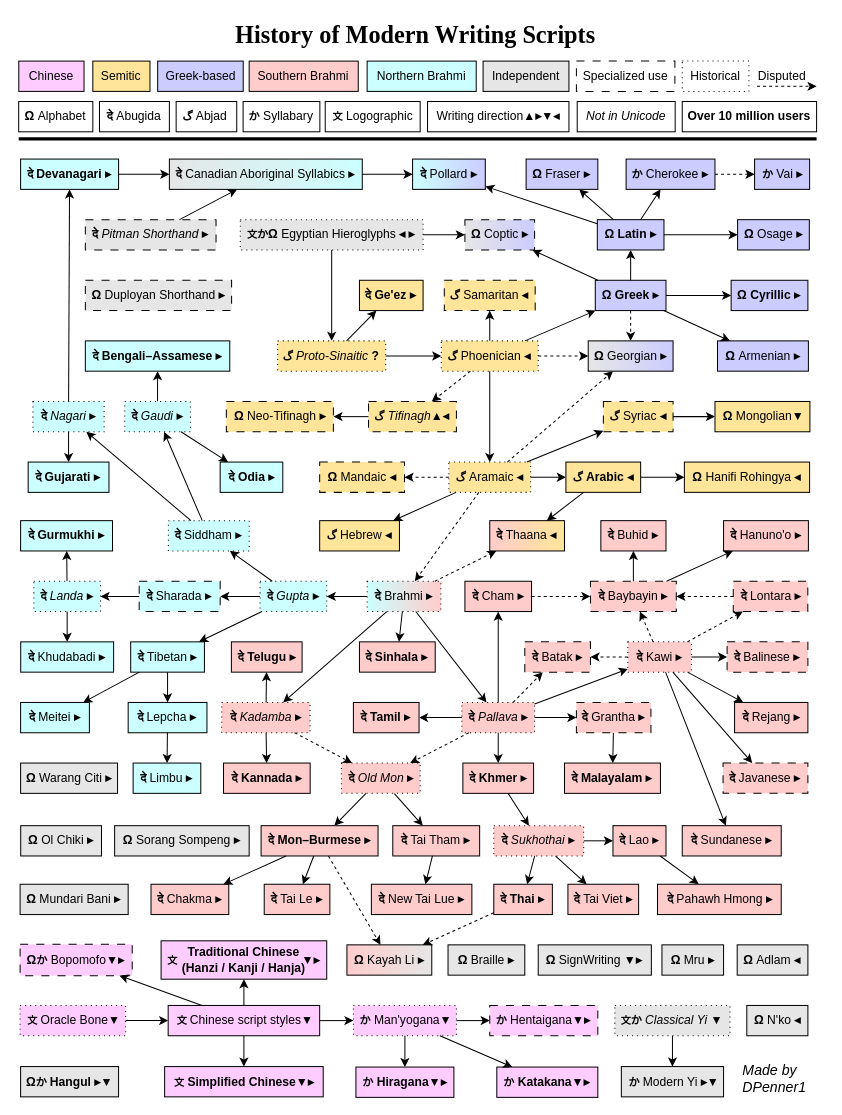
Earlier version of the draw.io diagram Script History.drawio (DPenner1/WritingSystemHistory). Source tidied: cells renumbered, new cells numbered last; positions are measured from the earlier drawing's top-left corner, leaving out a move shared by most shapes. Both pictures are drawn from the tidied source at 101%, with x=0, y=0 at pixel (18, 17).
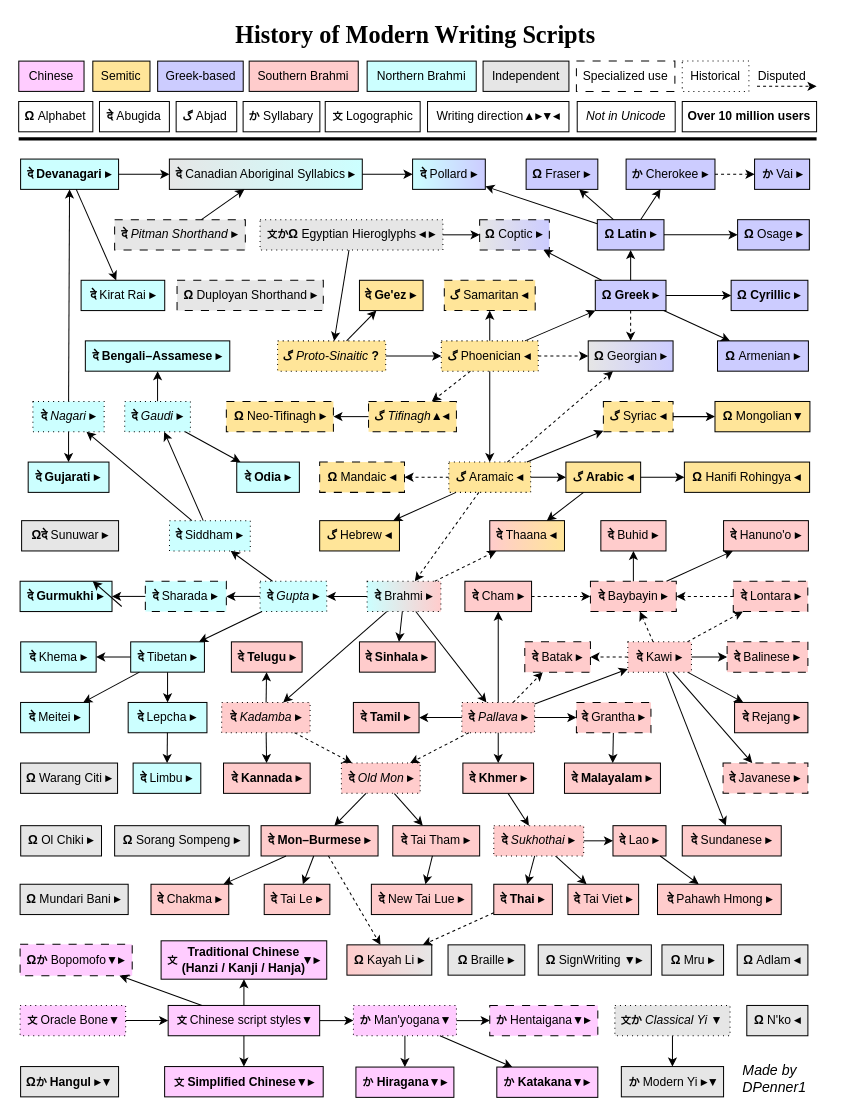
After the change.

Commit message (it also covers changes not shown here):
added 3 Unicode 16 scripts, removed Khudabadi as likely moribund

The change refers to these unchanged cells:
```xml
<mxCell id="25" value="&lt;b&gt;दे&lt;/b&gt;&lt;b style=&quot;font-size: 11px;&quot;&gt;&amp;nbsp;&lt;/b&gt;&lt;span style=&quot;font-weight: normal;&quot;&gt;Tibetan&lt;/span&gt;&lt;span style=&quot;font-weight: 400;&quot;&gt;&amp;nbsp;&lt;/span&gt;&lt;b&gt;▸&lt;/b&gt;" style="whiteSpace=wrap;html=1;fontStyle=1;fillColor=#CCFFFF;" parent="1" vertex="1">
  <mxGeometry x="110.9" y="618" width="73" height="30" as="geometry" />
</mxCell>
<mxCell id="32" value="&lt;b&gt;दे&lt;/b&gt;&lt;b style=&quot;font-size: 11px;&quot;&gt;&amp;nbsp;&lt;/b&gt;Devanagari&lt;span style=&quot;font-weight: 400;&quot;&gt;&amp;nbsp;&lt;/span&gt;&lt;b&gt;▸&lt;/b&gt;" style="whiteSpace=wrap;html=1;fontStyle=1;fillColor=#CCFFFF;" parent="1" vertex="1">
  <mxGeometry x="1.9" y="140" width="97" height="30" as="geometry" />
</mxCell>
```

The edit, as a diff of the source:
```diff
@@
     <mxCell id="3" value="&lt;font style=&quot;font-weight: 700; font-size: 10px;&quot;&gt;文&lt;/font&gt;&lt;span style=&quot;font-size: 11px; font-weight: 700;&quot;&gt;か&lt;/span&gt;&lt;b&gt;Ω&lt;/b&gt;&lt;span style=&quot;font-weight: 700;&quot;&gt;&amp;nbsp;&lt;/span&gt;Egyptian Hieroglyphs&amp;nbsp;&lt;b&gt;◂&amp;nbsp;&lt;/b&gt;&lt;b&gt;▸&lt;/b&gt;" style="whiteSpace=wrap;html=1;dashed=1;dashPattern=1 4;fillColor=#E6E6E6;" parent="1" vertex="1">
-      <mxGeometry x="219.4" y="200" width="181" height="30" as="geometry" />
+      <mxGeometry x="239" y="200" width="181" height="30" as="geometry" />
     </mxCell>
@@
     <mxCell id="9" value="&lt;b&gt;Ω&amp;nbsp;&lt;/b&gt;Coptic&amp;nbsp;&lt;b&gt;▸&lt;/b&gt;" style="whiteSpace=wrap;html=1;dashed=1;gradientColor=#CCCCFF;fillColor=#E6E6E6;gradientDirection=east;glass=0;dashPattern=8 8;" parent="1" vertex="1">
-      <mxGeometry x="441.8" y="200" width="69" height="30" as="geometry" />
+      <mxGeometry x="456.4" y="200" width="69" height="30" as="geometry" />
     </mxCell>
@@
     <mxCell id="23" value="&lt;b&gt;दे&lt;/b&gt;&lt;b style=&quot;font-size: 11px;&quot;&gt;&amp;nbsp;&lt;/b&gt;Siddham&amp;nbsp;&lt;b&gt;▸&lt;/b&gt;" style="whiteSpace=wrap;html=1;dashed=1;dashPattern=1 4;fillColor=#CCFFFF;" parent="1" vertex="1">
-      <mxGeometry x="148.2" y="498" width="80" height="30" as="geometry" />
+      <mxGeometry x="149.3" y="498" width="80" height="30" as="geometry" />
     </mxCell>
@@
     <mxCell id="83" value="&lt;b style=&quot;font-style: normal;&quot;&gt;दे&lt;/b&gt;&lt;b style=&quot;font-style: normal;&quot;&gt;&amp;nbsp;&lt;/b&gt;Pitman Shorthand&amp;nbsp;&lt;span style=&quot;font-style: normal; font-weight: 700;&quot;&gt;▸&lt;/span&gt;" style="whiteSpace=wrap;html=1;dashed=1;fillColor=#E6E6E6;fontStyle=2;dashPattern=8 8;" parent="1" vertex="1">
-      <mxGeometry x="66" y="200" width="129.4" height="30" as="geometry" />
+      <mxGeometry x="95" y="200" width="129.4" height="30" as="geometry" />
     </mxCell>
@@
     <mxCell id="85" value="&lt;b&gt;दे&lt;/b&gt;&lt;b style=&quot;font-size: 11px;&quot;&gt;&amp;nbsp;&lt;/b&gt;Gurmukhi&lt;span style=&quot;font-weight: 400;&quot;&gt;&amp;nbsp;&lt;/span&gt;&lt;b&gt;▸&lt;/b&gt;" style="whiteSpace=wrap;html=1;fontStyle=1;fillColor=#CCFFFF;" parent="1" vertex="1">
-      <mxGeometry x="1.9" y="498" width="91" height="30" as="geometry" />
+      <mxGeometry x="1.4" y="558" width="91" height="30" as="geometry" />
     </mxCell>
-    <mxCell id="86" style="endArrow=classic;html=1;" parent="1" edge="1" source="212" target="85">
-      <mxGeometry x="323" y="605" as="geometry" />
-    </mxCell>
@@
     <mxCell id="126" value="&lt;b&gt;दे&lt;/b&gt;&lt;b style=&quot;font-size: 11px;&quot;&gt;&amp;nbsp;&lt;/b&gt;Sharada&amp;nbsp;&lt;b&gt;▸&lt;/b&gt;" style="whiteSpace=wrap;html=1;dashed=1;fillColor=#CCFFFF;dashPattern=8 8;" parent="1" vertex="1">
-      <mxGeometry x="119.3" y="558" width="80.2" height="30" as="geometry" />
+      <mxGeometry x="125.4" y="558" width="80.2" height="30" as="geometry" />
     </mxCell>
@@
     <mxCell id="143" value="&lt;b&gt;दे&amp;nbsp;&lt;/b&gt;Odia&amp;nbsp;&lt;b&gt;▸&lt;/b&gt;" style="whiteSpace=wrap;html=1;fontStyle=1;fillColor=#CCFFFF;" parent="1" vertex="1">
-      <mxGeometry x="199.5" y="440" width="62" height="30" as="geometry" />
+      <mxGeometry x="215.9" y="440" width="62" height="30" as="geometry" />
     </mxCell>
@@
-    <mxCell id="179" value="&lt;b&gt;दे&lt;/b&gt;&lt;b style=&quot;font-size: 11px;&quot;&gt;&amp;nbsp;&lt;/b&gt;&lt;span style=&quot;font-weight: 400;&quot;&gt;Khudabadi&amp;nbsp;&lt;/span&gt;&lt;b&gt;▸&lt;/b&gt;" style="whiteSpace=wrap;html=1;fontStyle=1;fillColor=#CCFFFF;" parent="1" vertex="1">
-      <mxGeometry x="2" y="618" width="92" height="30" as="geometry" />
-    </mxCell>
-    <mxCell id="180" style="endArrow=classic;html=1;" parent="1" edge="1" source="126" target="212">
+    <mxCell id="180" style="endArrow=classic;html=1;" parent="1" edge="1" source="126" target="85">
       <mxGeometry x="333" y="615" as="geometry" />
     </mxCell>
@@
-    <mxCell id="212" value="&lt;b style=&quot;font-style: normal;&quot;&gt;दे&lt;/b&gt;&lt;b style=&quot;font-style: normal; font-size: 11px;&quot;&gt;&amp;nbsp;&lt;/b&gt;Landa&lt;span style=&quot;font-style: normal;&quot;&gt;&amp;nbsp;&lt;/span&gt;&lt;b style=&quot;font-style: normal;&quot;&gt;▸&lt;/b&gt;" style="whiteSpace=wrap;html=1;dashed=1;dashPattern=1 4;fillColor=#CCFFFF;fontStyle=2;" parent="1" vertex="1">
-      <mxGeometry x="15" y="558" width="66" height="30" as="geometry" />
-    </mxCell>
-    <mxCell id="213" style="endArrow=classic;html=1;" parent="1" edge="1" source="212" target="179">
-      <mxGeometry x="333" y="615" as="geometry" />
+    <mxCell id="213" style="endArrow=classic;html=1;" parent="1" edge="1">
+      <mxGeometry x="333" y="615" as="geometry">
+        <mxPoint x="102" y="583" as="sourcePoint" />
+        <mxPoint x="73.3" y="558" as="targetPoint" />
+      </mxGeometry>
     </mxCell>
@@
     <mxCell id="215" value="&lt;b style=&quot;font-style: normal;&quot;&gt;Ω&lt;/b&gt;&lt;b style=&quot;font-style: normal;&quot;&gt;&amp;nbsp;&lt;/b&gt;&lt;span style=&quot;font-style: normal;&quot;&gt;Duployan Shorthand&lt;/span&gt;&amp;nbsp;&lt;span style=&quot;font-style: normal; font-weight: 700;&quot;&gt;▸&lt;/span&gt;" style="whiteSpace=wrap;html=1;dashed=1;fillColor=#E6E6E6;fontStyle=2;dashPattern=8 8;" parent="1" vertex="1">
-      <mxGeometry x="66" y="260" width="144.8" height="30" as="geometry" />
+      <mxGeometry x="156.8" y="260" width="144.8" height="30" as="geometry" />
     </mxCell>
@@
+    <mxCell id="219" value="&lt;b&gt;दे&lt;/b&gt;&lt;b style=&quot;font-size: 11px;&quot;&gt;&amp;nbsp;&lt;/b&gt;&lt;span style=&quot;font-weight: 400;&quot;&gt;Kirat Rai&amp;nbsp;&lt;/span&gt;&lt;b&gt;▸&lt;/b&gt;" style="whiteSpace=wrap;html=1;fontStyle=1;fillColor=#CCFFFF;" parent="1" vertex="1">
+      <mxGeometry x="61.8" y="260" width="82.8" height="30" as="geometry" />
+    </mxCell>
+    <mxCell id="220" style="endArrow=classic;html=1;" parent="1" edge="1" source="32" target="219">
+      <mxGeometry x="364" y="850" as="geometry" />
+    </mxCell>
+    <mxCell id="221" value="&lt;b&gt;Ω&lt;/b&gt;&lt;b&gt;दे&lt;/b&gt;&amp;nbsp;Sunuwar&amp;nbsp;&lt;b&gt;▸&lt;/b&gt;" style="whiteSpace=wrap;html=1;fillColor=#E6E6E6;" parent="1" vertex="1">
+      <mxGeometry x="2.9" y="498" width="96" height="30" as="geometry" />
+    </mxCell>
+    <mxCell id="222" value="&lt;b&gt;दे&lt;/b&gt;&lt;b style=&quot;font-size: 11px;&quot;&gt;&amp;nbsp;&lt;/b&gt;&lt;span style=&quot;font-weight: normal;&quot;&gt;Khema&lt;/span&gt;&lt;span style=&quot;font-weight: 400;&quot;&gt;&amp;nbsp;&lt;/span&gt;&lt;b&gt;▸&lt;/b&gt;" style="whiteSpace=wrap;html=1;fontStyle=1;fillColor=#CCFFFF;" parent="1" vertex="1">
+      <mxGeometry x="2" y="618" width="74.7" height="30" as="geometry" />
+    </mxCell>
+    <mxCell id="223" style="endArrow=classic;html=1;" parent="1" edge="1" source="25" target="222">
+      <mxGeometry x="333" y="615" as="geometry" />
+    </mxCell>
```
